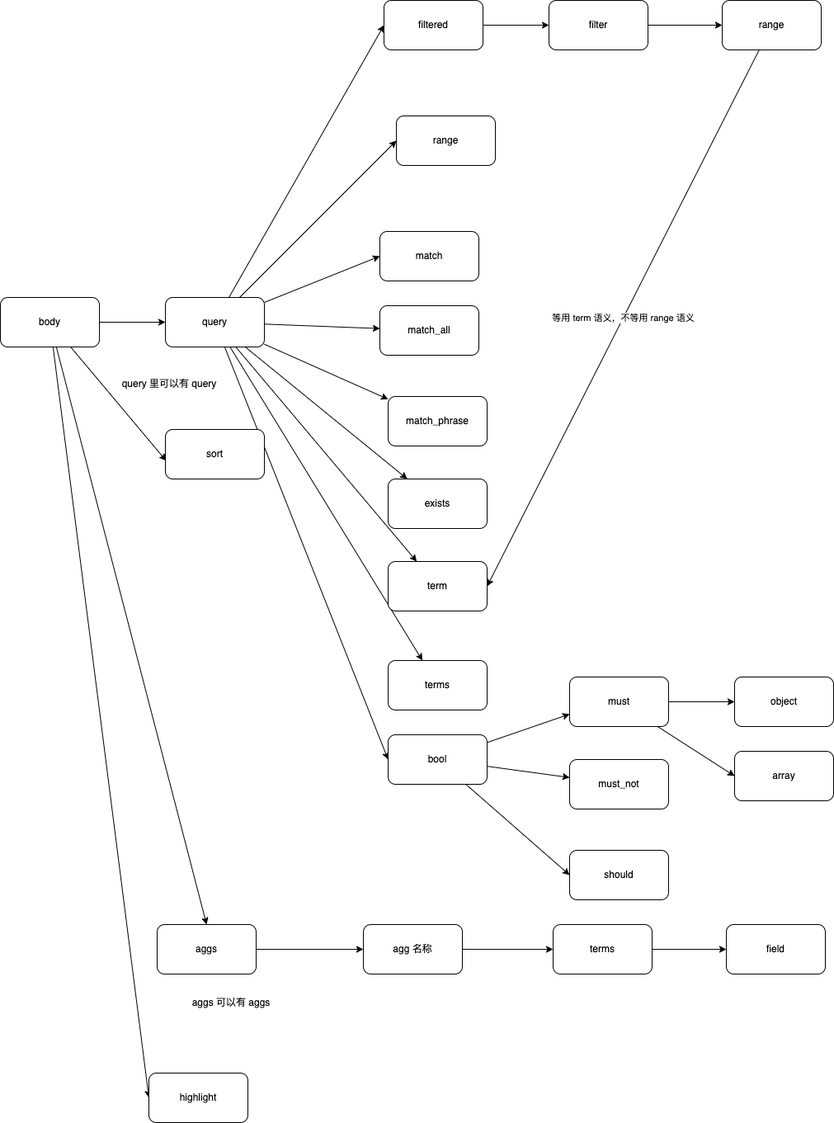
The draw.io diagram 2021/05/10/ElasticSearch-总结/elastic-search查询字句整理.png in magicliang/magicliang.github.io, before a commit. Source tidied: cells renumbered, new cells last; positions are measured from the earlier drawing's top-left corner, leaving out a move shared by most shapes.
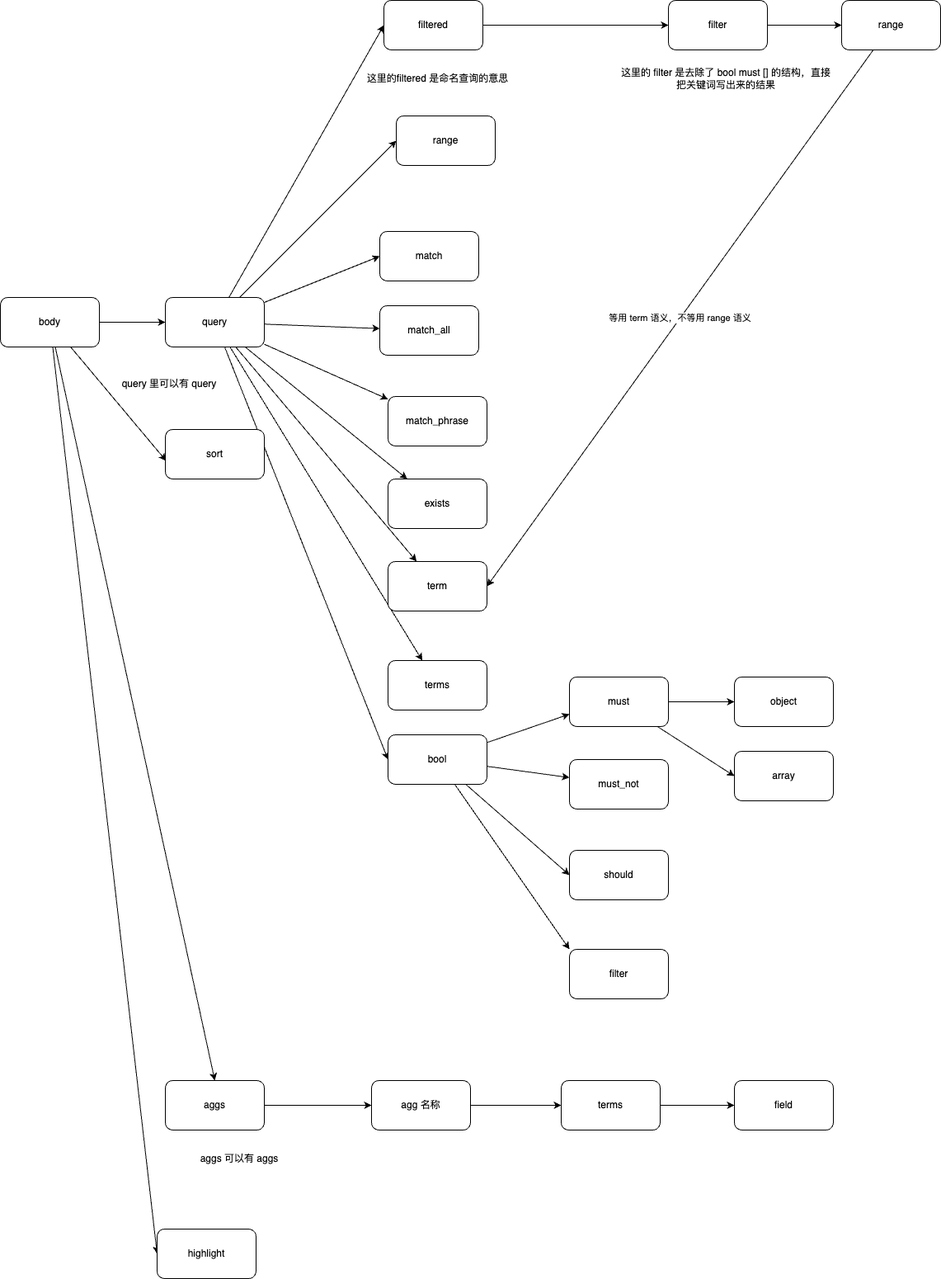
Above is the later version.

Diff of the diagram source:
```diff
@@ -54,13 +54,13 @@
       <mxGeometry relative="1" as="geometry" />
     </mxCell>
     <mxCell id="19" value="aggs" style="rounded=1;whiteSpace=wrap;html=1;" parent="1" vertex="1">
-      <mxGeometry x="190" y="1120" width="120" height="60" as="geometry" />
+      <mxGeometry x="200" y="1309" width="120" height="60" as="geometry" />
     </mxCell>
     <mxCell id="20" value="等用 term 语义，不等用 range 语义" style="edgeStyle=none;rounded=0;jettySize=auto;html=1;entryX=1;entryY=0.5;entryDx=0;entryDy=0;" parent="1" edge="1" source="21" target="25">
       <mxGeometry relative="1" as="geometry" />
     </mxCell>
     <mxCell id="21" value="range" style="rounded=1;whiteSpace=wrap;html=1;" parent="1" vertex="1">
-      <mxGeometry x="875" width="120" height="60" as="geometry" />
+      <mxGeometry x="1020" width="120" height="60" as="geometry" />
     </mxCell>
     <mxCell id="22" value="match" style="rounded=1;whiteSpace=wrap;html=1;" parent="1" vertex="1">
       <mxGeometry x="460" y="280" width="120" height="60" as="geometry" />
@@ -86,6 +86,9 @@
     <mxCell id="29" style="edgeStyle=none;rounded=0;jettySize=auto;html=1;entryX=0;entryY=0.5;entryDx=0;entryDy=0;" parent="1" edge="1" source="30" target="35">
       <mxGeometry relative="1" as="geometry" />
     </mxCell>
+    <mxCell id="52" style="rounded=0;jettySize=auto;html=1;entryX=0;entryY=0;entryDx=0;entryDy=0;" parent="1" edge="1" source="30" target="53">
+      <mxGeometry relative="1" as="geometry" />
+    </mxCell>
     <mxCell id="30" value="bool" style="rounded=1;whiteSpace=wrap;html=1;" parent="1" vertex="1">
       <mxGeometry x="470" y="890" width="120" height="60" as="geometry" />
     </mxCell>
@@ -117,28 +120,28 @@
       <mxGeometry relative="1" as="geometry" />
     </mxCell>
     <mxCell id="40" value="filter" style="rounded=1;whiteSpace=wrap;html=1;" parent="1" vertex="1">
-      <mxGeometry x="665" width="120" height="60" as="geometry" />
+      <mxGeometry x="810" width="120" height="60" as="geometry" />
     </mxCell>
     <mxCell id="41" style="edgeStyle=none;rounded=0;jettySize=auto;html=1;" parent="1" edge="1" source="42" target="43">
       <mxGeometry relative="1" as="geometry" />
     </mxCell>
     <mxCell id="42" value="terms" style="rounded=1;whiteSpace=wrap;html=1;" parent="1" vertex="1">
-      <mxGeometry x="670" y="1120" width="120" height="60" as="geometry" />
+      <mxGeometry x="680" y="1309" width="120" height="60" as="geometry" />
     </mxCell>
     <mxCell id="43" value="field" style="rounded=1;whiteSpace=wrap;html=1;" parent="1" vertex="1">
-      <mxGeometry x="880" y="1120" width="120" height="60" as="geometry" />
+      <mxGeometry x="890" y="1309" width="120" height="60" as="geometry" />
     </mxCell>
     <mxCell id="44" value="&lt;span style=&quot;text-align: left;&quot;&gt;highlight&lt;/span&gt;" style="rounded=1;whiteSpace=wrap;html=1;" parent="1" vertex="1">
-      <mxGeometry x="180" y="1300" width="120" height="60" as="geometry" />
+      <mxGeometry x="190" y="1489" width="120" height="60" as="geometry" />
     </mxCell>
     <mxCell id="45" style="edgeStyle=none;rounded=0;jettySize=auto;html=1;entryX=0;entryY=0.5;entryDx=0;entryDy=0;" parent="1" edge="1" source="46" target="42">
       <mxGeometry relative="1" as="geometry" />
     </mxCell>
     <mxCell id="46" value="agg 名称" style="rounded=1;whiteSpace=wrap;html=1;" parent="1" vertex="1">
-      <mxGeometry x="440" y="1120" width="120" height="60" as="geometry" />
+      <mxGeometry x="450" y="1309" width="120" height="60" as="geometry" />
     </mxCell>
     <mxCell id="47" value="aggs 可以有 aggs" style="text;html=1;strokeColor=none;fillColor=none;align=center;verticalAlign=middle;whiteSpace=wrap;rounded=0;" parent="1" vertex="1">
-      <mxGeometry x="190" y="1200" width="180" height="30" as="geometry" />
+      <mxGeometry x="200" y="1389" width="180" height="30" as="geometry" />
     </mxCell>
     <mxCell id="48" value="query 里可以有 query" style="text;html=1;strokeColor=none;fillColor=none;align=center;verticalAlign=middle;whiteSpace=wrap;rounded=0;" parent="1" vertex="1">
       <mxGeometry x="130" y="450" width="150" height="30" as="geometry" />
@@ -152,5 +155,14 @@
     <mxCell id="51" value="range" style="rounded=1;whiteSpace=wrap;html=1;" parent="1" vertex="1">
       <mxGeometry x="480" y="140" width="120" height="60" as="geometry" />
     </mxCell>
+    <mxCell id="53" value="filter" style="whiteSpace=wrap;html=1;rounded=1;" parent="1" vertex="1">
+      <mxGeometry x="690" y="1150" width="120" height="60" as="geometry" />
+    </mxCell>
+    <mxCell id="54" value="这里的filtered 是命名查询的意思" style="text;html=1;strokeColor=none;fillColor=none;align=center;verticalAlign=middle;whiteSpace=wrap;rounded=0;" parent="1" vertex="1">
+      <mxGeometry x="442.5" y="80" width="175" height="30" as="geometry" />
+    </mxCell>
+    <mxCell id="55" value="这里的 filter 是去除了 bool must [] 的结构，直接把关键词写出来的结果" style="text;html=1;strokeColor=none;fillColor=none;align=center;verticalAlign=middle;whiteSpace=wrap;rounded=0;" parent="1" vertex="1">
+      <mxGeometry x="750" y="80" width="260" height="30" as="geometry" />
+    </mxCell>
   </root>
 </mxGraphModel>
```
